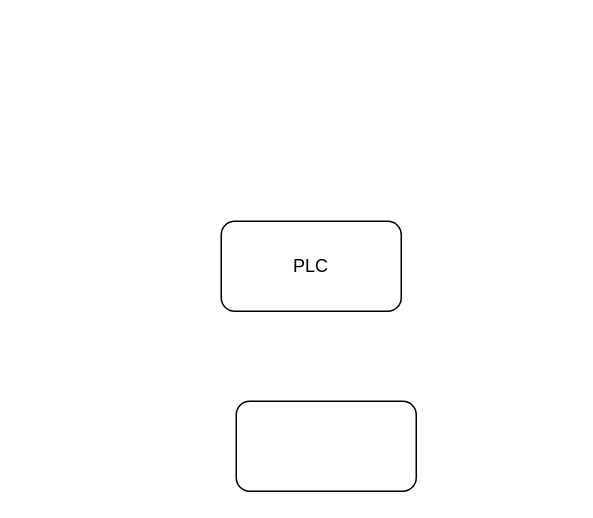
The draw.io diagram Nimetön kaavio.drawio in wizardtimi/demo, before the edit. Source tidied: cells renumbered, new cells numbered last; positions are measured from the earlier drawing's top-left corner, leaving out a move shared by most shapes. Both pictures are drawn from the tidied source at 150%, with x=0, y=0 at pixel (220, 220).
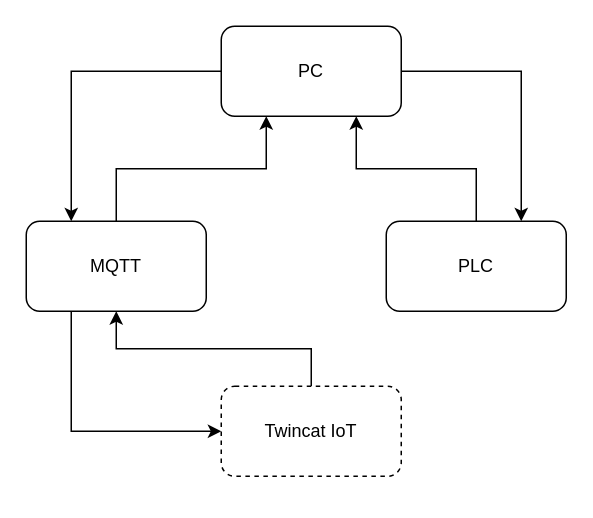
After the change.

The edit, as a diff of the source:
```diff
@@
 <mxGraphModel>
   <root>
     <mxCell id="0" />
     <mxCell id="1" parent="0" />
+    <mxCell id="4" style="edgeStyle=orthogonalEdgeStyle;rounded=0;jettySize=auto;html=1;entryX=0.75;entryY=1;entryDx=0;entryDy=0;" parent="1" edge="1" source="2" target="9">
+      <mxGeometry relative="1" as="geometry" />
+    </mxCell>
     <mxCell id="2" value="PLC" style="rounded=1;whiteSpace=wrap;html=1;" parent="1" vertex="1">
-      <mxGeometry width="120" height="60" as="geometry" />
+      <mxGeometry x="110" width="120" height="60" as="geometry" />
     </mxCell>
+    <mxCell id="5" style="edgeStyle=orthogonalEdgeStyle;rounded=0;jettySize=auto;html=1;exitX=0.5;exitY=0;exitDx=0;exitDy=0;entryX=0.25;entryY=1;entryDx=0;entryDy=0;" parent="1" edge="1" source="3" target="9">
+      <mxGeometry relative="1" as="geometry" />
+    </mxCell>
+    <mxCell id="6" style="edgeStyle=orthogonalEdgeStyle;rounded=0;jettySize=auto;html=1;exitX=0.25;exitY=1;exitDx=0;exitDy=0;entryX=0;entryY=0.5;entryDx=0;entryDy=0;" parent="1" edge="1" source="3" target="11">
+      <mxGeometry relative="1" as="geometry" />
+    </mxCell>
-    <mxCell id="3" style="rounded=1;whiteSpace=wrap;html=1;" parent="1" vertex="1">
-      <mxGeometry x="10" y="120" width="120" height="60" as="geometry" />
+    <mxCell id="3" value="MQTT" style="rounded=1;whiteSpace=wrap;html=1;" parent="1" vertex="1">
+      <mxGeometry x="-130" width="120" height="60" as="geometry" />
     </mxCell>
+    <mxCell id="7" style="edgeStyle=orthogonalEdgeStyle;rounded=0;jettySize=auto;html=1;exitX=1;exitY=0.5;exitDx=0;exitDy=0;entryX=0.75;entryY=0;entryDx=0;entryDy=0;" parent="1" edge="1" source="9" target="2">
+      <mxGeometry relative="1" as="geometry" />
+    </mxCell>
+    <mxCell id="8" style="edgeStyle=orthogonalEdgeStyle;rounded=0;jettySize=auto;html=1;exitX=0;exitY=0.5;exitDx=0;exitDy=0;entryX=0.25;entryY=0;entryDx=0;entryDy=0;" parent="1" edge="1" source="9" target="3">
+      <mxGeometry relative="1" as="geometry" />
+    </mxCell>
+    <mxCell id="9" value="PC" style="rounded=1;whiteSpace=wrap;html=1;" parent="1" vertex="1">
+      <mxGeometry y="-130" width="120" height="60" as="geometry" />
+    </mxCell>
+    <mxCell id="10" style="edgeStyle=orthogonalEdgeStyle;rounded=0;jettySize=auto;html=1;exitX=0.5;exitY=0;exitDx=0;exitDy=0;entryX=0.5;entryY=1;entryDx=0;entryDy=0;" parent="1" edge="1" source="11" target="3">
+      <mxGeometry relative="1" as="geometry">
+        <Array as="points">
+          <mxPoint x="60" y="85" />
+          <mxPoint x="-70" y="85" />
+        </Array>
+      </mxGeometry>
+    </mxCell>
+    <mxCell id="11" value="Twincat IoT" style="rounded=1;whiteSpace=wrap;html=1;dashed=1;" parent="1" vertex="1">
+      <mxGeometry y="110" width="120" height="60" as="geometry" />
+    </mxCell>
   </root>
 </mxGraphModel>
```
